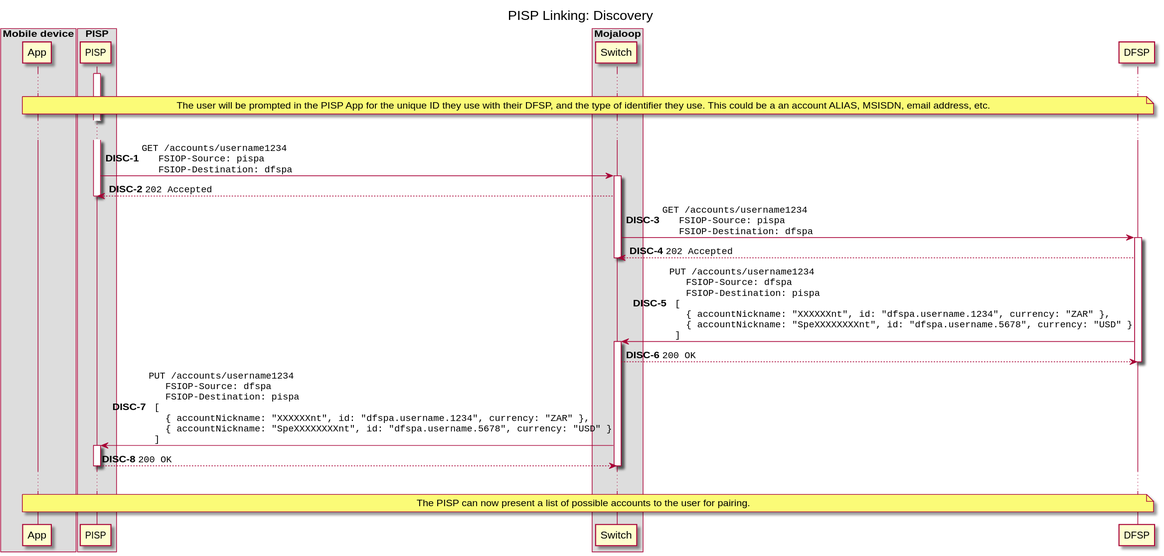
Before: docs/out/linking/1-discovery.svg, a diagram exported from PlantUML (mojaloop/pisp-project). Its source is kept beside it as docs/linking/1-discovery.puml. The source it was exported from:
```plantuml
@startuml

title PISP Linking: Discovery

box "Mobile device"
    participant App
end box

box "PISP"
    participant PISP
end box

box "Mojaloop"
    participant Switch
end box

participant DFSP

autonumber 1 "<b>DISC-#</b>"
activate PISP

...

note over App, DFSP
  The user will be prompted in the PISP App for the unique ID they use with their DFSP, and the type of identifier they use. This could be a an account ALIAS, MSISDN, email address, etc.
end note

...

PISP -> Switch ++: ""GET /accounts/username1234""\n\
  ""  FSIOP-Source: pispa""\n\
  ""  FSIOP-Destination: dfspa""
Switch --> PISP: ""202 Accepted""
deactivate PISP

Switch -> DFSP ++: ""GET /accounts/username1234""\n\
  ""  FSIOP-Source: pispa""\n\
  ""  FSIOP-Destination: dfspa""
DFSP --> Switch: ""202 Accepted""
deactivate Switch

DFSP -> Switch ++: ""PUT /accounts/username1234""\n\
  ""  FSIOP-Source: dfspa""\n\
  ""  FSIOP-Destination: pispa""\n\
  ""[""\n\
  ""  { accountNickname: "XXXXXXnt", id: "dfspa.username.1234", currency: "ZAR" },""\n\
  ""  { accountNickname: "SpeXXXXXXXXnt", id: "dfspa.username.5678", currency: "USD" }""\n\
  ""]""
Switch --> DFSP: ""200 OK""
deactivate DFSP

Switch -> PISP ++: ""PUT /accounts/username1234""\n\
  ""  FSIOP-Source: dfspa""\n\
  ""  FSIOP-Destination: pispa""\n\
  ""[""\n\
  ""  { accountNickname: "XXXXXXnt", id: "dfspa.username.1234", currency: "ZAR" },""\n\
  ""  { accountNickname: "SpeXXXXXXXXnt", id: "dfspa.username.5678", currency: "USD" }""\n\
  ""]""
PISP --> Switch: ""200 OK""
deactivate Switch
deactivate PISP

...

note over App, DFSP
  The PISP can now present a list of possible accounts to the user for pairing.
end note

@enduml
```
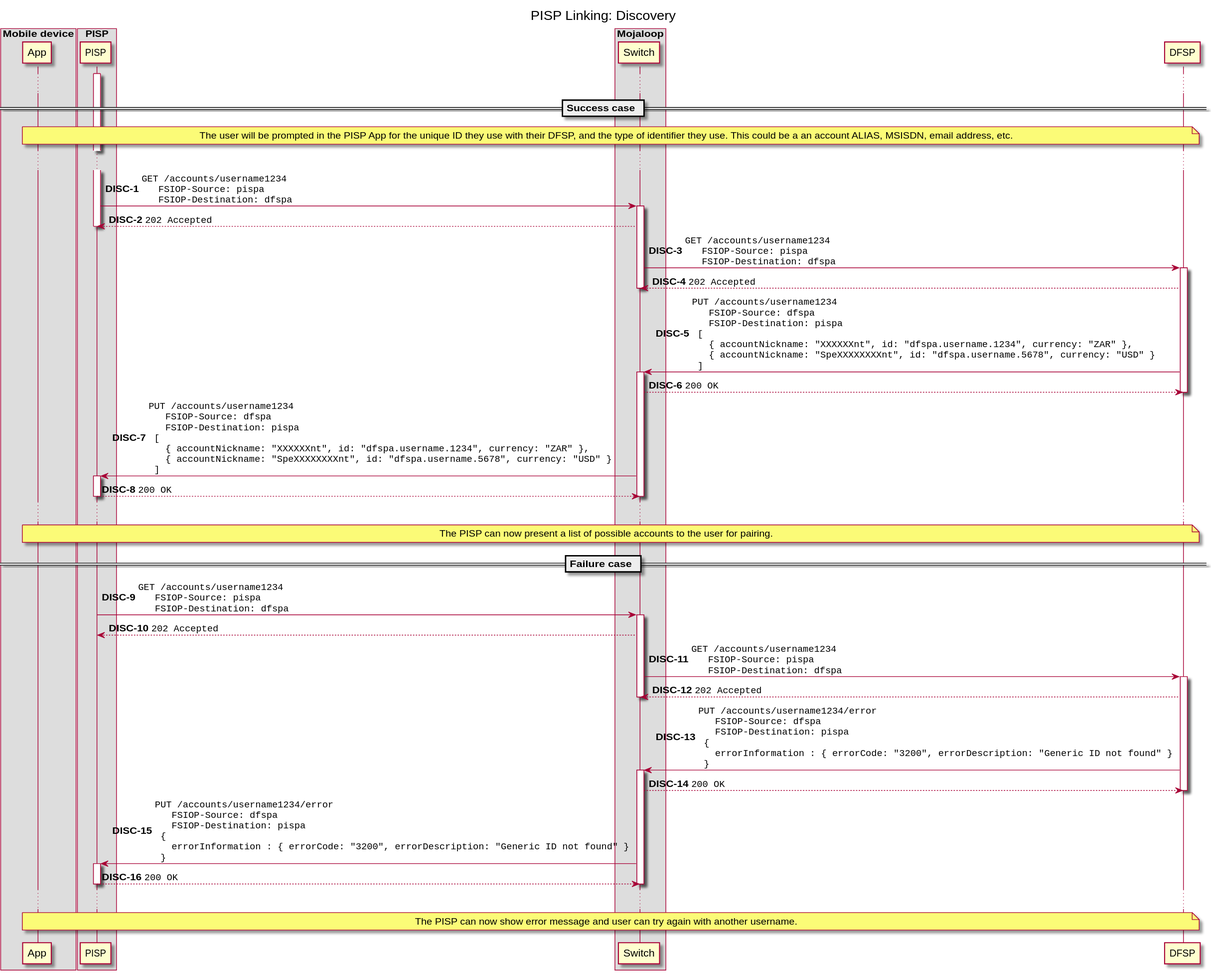
The same diagram one commit later.

Commit message:
test: e2e tests for linking accounts (#125)

Change to the diagram source:
```diff
@@ -20,6 +20,8 @@
 activate PISP
 
 ...
+
+== Success case ==
 
 note over App, DFSP
   The user will be prompted in the PISP App for the unique ID they use with their DFSP, and the type of identifier they use. This could be a an account ALIAS, MSISDN, email address, etc.
@@ -66,4 +68,44 @@
   The PISP can now present a list of possible accounts to the user for pairing.
 end note
 
+
+== Failure case ==
+
+PISP -> Switch ++: ""GET /accounts/username1234""\n\
+  ""  FSIOP-Source: pispa""\n\
+  ""  FSIOP-Destination: dfspa""
+Switch --> PISP: ""202 Accepted""
+deactivate PISP
+
+Switch -> DFSP ++: ""GET /accounts/username1234""\n\
+  ""  FSIOP-Source: pispa""\n\
+  ""  FSIOP-Destination: dfspa""
+DFSP --> Switch: ""202 Accepted""
+deactivate Switch
+
+DFSP -> Switch ++: ""PUT /accounts/username1234/error""\n\
+  ""  FSIOP-Source: dfspa""\n\
+  ""  FSIOP-Destination: pispa""\n\
+  ""{""\n\
+  ""  errorInformation : { errorCode: "3200", errorDescription: "Generic ID not found" } ""\n\
+  ""}""
+Switch --> DFSP: ""200 OK""
+deactivate DFSP
+
+Switch -> PISP ++: ""PUT /accounts/username1234/error""\n\
+  ""  FSIOP-Source: dfspa""\n\
+  ""  FSIOP-Destination: pispa""\n\
+  ""{""\n\
+  ""  errorInformation : { errorCode: "3200", errorDescription: "Generic ID not found" } ""\n\
+  ""}""
+PISP --> Switch: ""200 OK""
+deactivate Switch
+deactivate PISP
+
+...
+
+note over App, DFSP
+  The PISP can now show error message and user can try again with another username.
+end note
+
 @enduml
```
